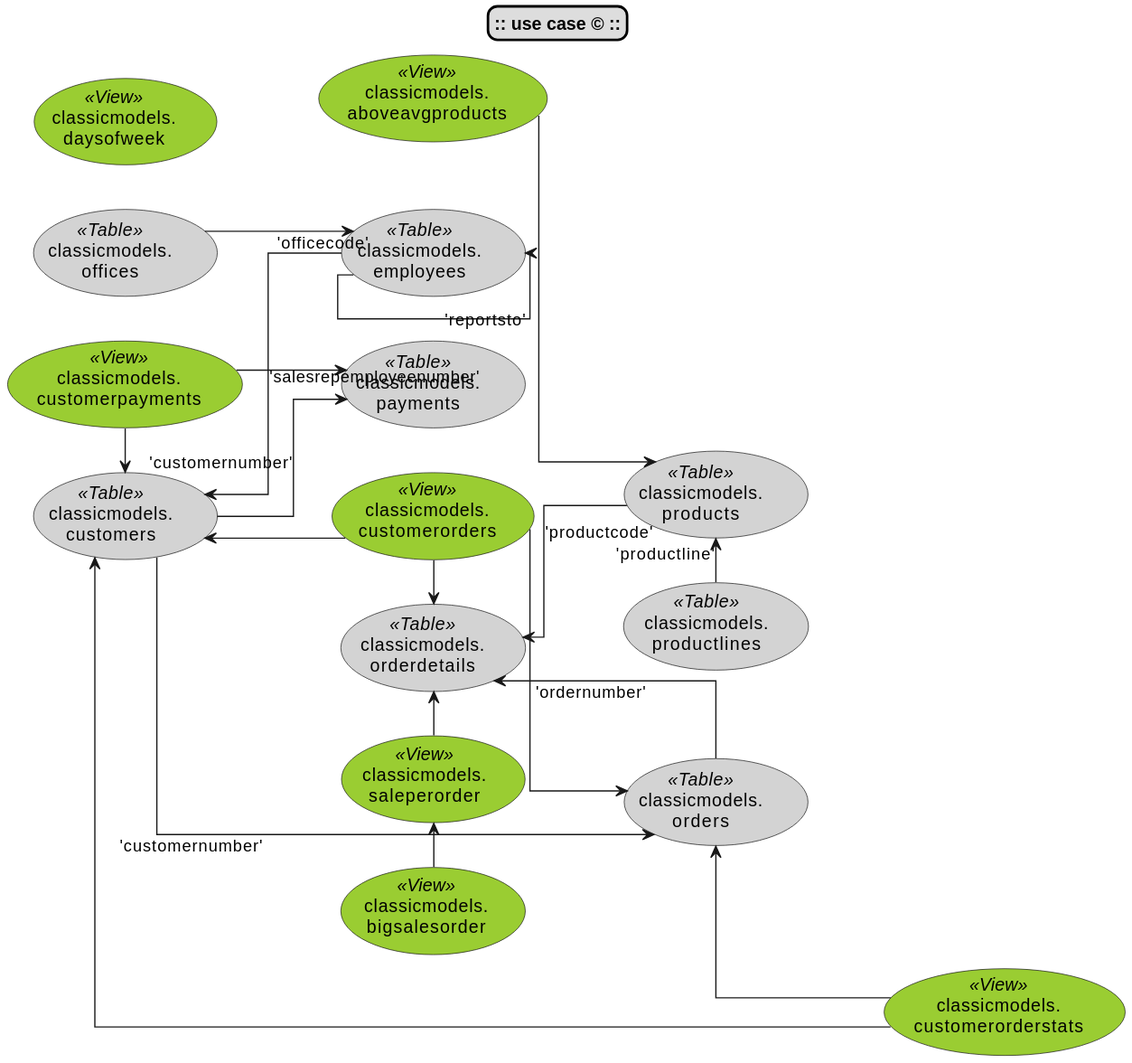
Earlier version of the PlantUML export reporter/sample/mysql/classicmodels/erd_viz/erd1_use_case_strict.svg (truerico/db-analyzer).
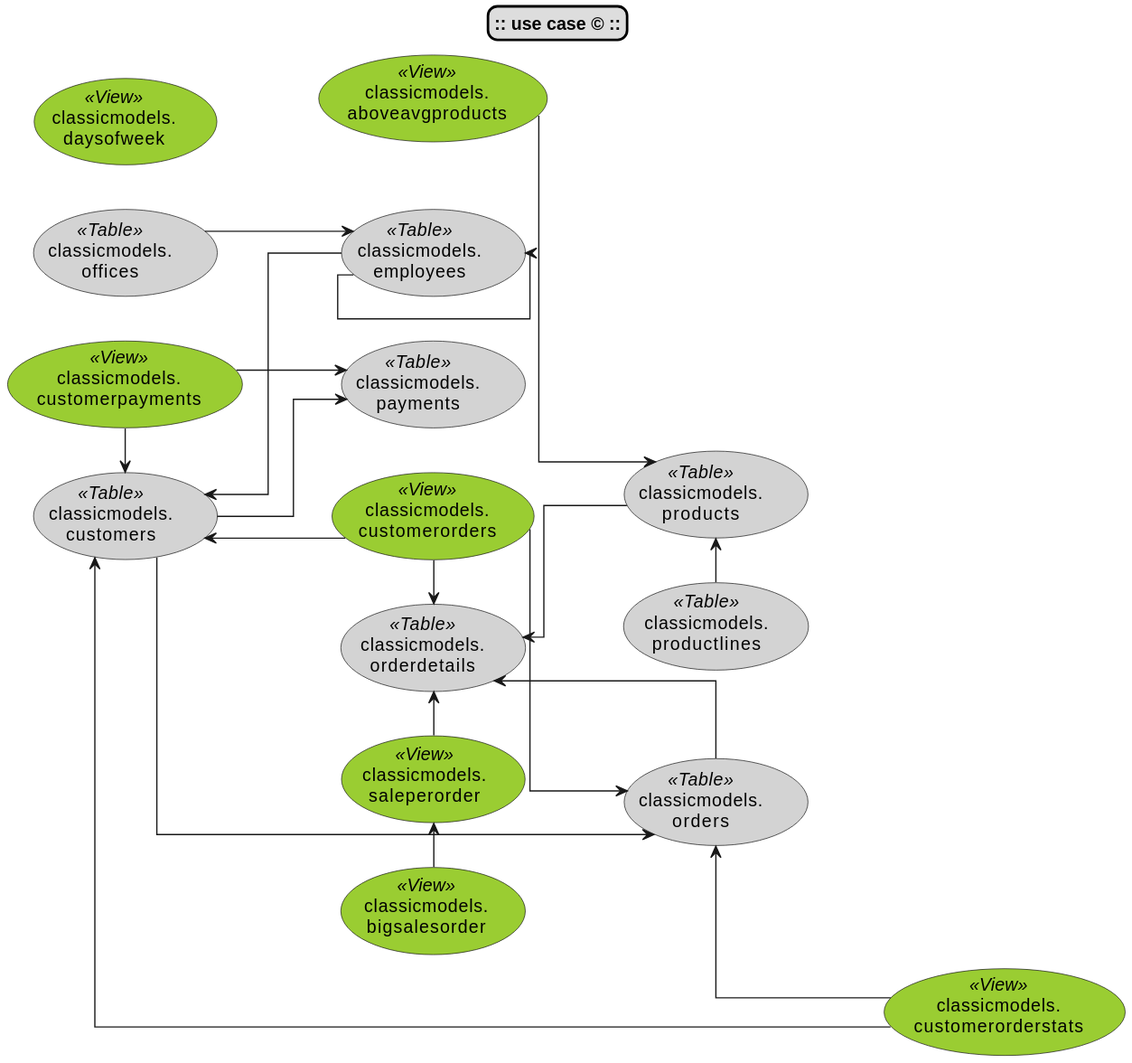
Above is the later version.

Diff of the diagram source:
```diff
@@ -45,14 +45,14 @@
 (classicmodels_saleperorder)-l->(classicmodels_orderdetails)
 
 
-(classicmodels_employees)-u->(classicmodels_customers) : 'salesrepemployeenumber'
-(classicmodels_employees)-r->(classicmodels_employees) : 'reportsto'
-(classicmodels_offices)-d->(classicmodels_employees) : 'officecode'
-(classicmodels_orders)-l->(classicmodels_orderdetails) : 'ordernumber'
-(classicmodels_products)-u->(classicmodels_orderdetails) : 'productcode'
-(classicmodels_customers)-r->(classicmodels_orders) : 'customernumber'
-(classicmodels_customers)-d->(classicmodels_payments) : 'customernumber'
-(classicmodels_productlines)-l->(classicmodels_products) : 'productline'
+(classicmodels_employees)-u->(classicmodels_customers)
+(classicmodels_employees)-r->(classicmodels_employees)
+(classicmodels_offices)-d->(classicmodels_employees)
+(classicmodels_orders)-l->(classicmodels_orderdetails)
+(classicmodels_products)-u->(classicmodels_orderdetails)
+(classicmodels_customers)-r->(classicmodels_orders)
+(classicmodels_customers)-d->(classicmodels_payments)
+(classicmodels_productlines)-l->(classicmodels_products)
 
 
 @enduml
```
